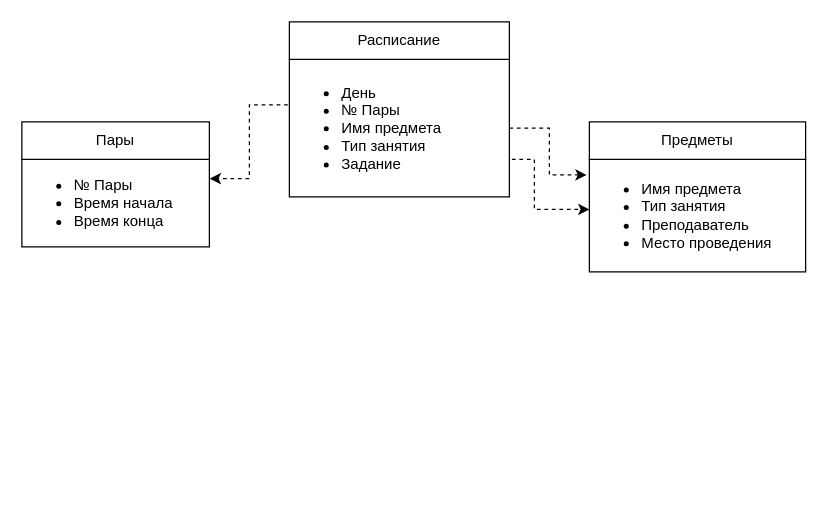
This is Database/Schema.dio from DanteMoren/Eye_of_STAROSTA, a draw.io file, before an edit. Source tidied: cells renumbered, new cells numbered last; positions are measured from the earlier drawing's top-left corner, leaving out a move shared by most shapes. Both pictures are drawn from the tidied source at 125%, with x=0, y=0 at pixel (21, 21).
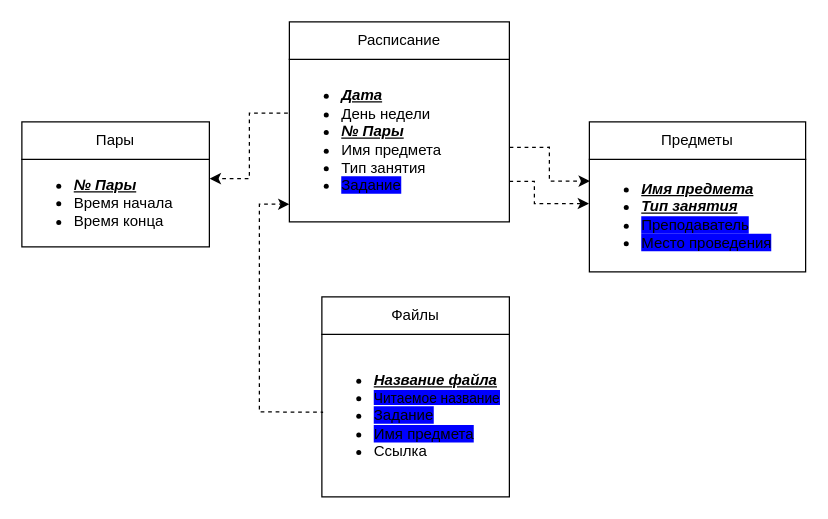
The same page after the edit.

What changed in the source:
```diff
@@
 <mxGraphModel>
   <root>
     <mxCell id="0" />
     <mxCell id="1" parent="0" />
-    <mxCell id="2" style="edgeStyle=orthogonalEdgeStyle;rounded=0;jettySize=auto;html=1;entryX=-0.013;entryY=0.138;entryDx=0;entryDy=0;entryPerimeter=0;exitX=1;exitY=0.5;exitDx=0;exitDy=0;dashed=1;" parent="1" edge="1" source="4" target="8">
-      <mxGeometry relative="1" as="geometry" />
+    <mxCell id="2" style="edgeStyle=orthogonalEdgeStyle;rounded=0;jettySize=auto;html=1;entryX=0.002;entryY=0.193;entryDx=0;entryDy=0;entryPerimeter=0;exitX=1.001;exitY=0.541;exitDx=0;exitDy=0;dashed=1;exitPerimeter=0;" parent="1" edge="1" source="4" target="8">
+      <mxGeometry relative="1" as="geometry">
+        <Array as="points">
+          <mxPoint x="422" y="100" />
+          <mxPoint x="422" y="127" />
+          <mxPoint x="454" y="127" />
+        </Array>
+      </mxGeometry>
     </mxCell>
     <mxCell id="3" style="edgeStyle=orthogonalEdgeStyle;rounded=0;jettySize=auto;html=1;entryX=1.002;entryY=0.22;entryDx=0;entryDy=0;entryPerimeter=0;dashed=1;exitX=-0.007;exitY=0.33;exitDx=0;exitDy=0;exitPerimeter=0;" parent="1" edge="1" source="4" target="6">
       <mxGeometry relative="1" as="geometry" />
     </mxCell>
-    <mxCell id="4" value="&lt;ul&gt;&lt;li&gt;&lt;span&gt;День&lt;/span&gt;&lt;/li&gt;&lt;li&gt;&lt;span&gt;№ Пары&lt;/span&gt;&lt;/li&gt;&lt;li&gt;&lt;span&gt;Имя предмета&lt;/span&gt;&lt;/li&gt;&lt;li&gt;&lt;span&gt;Тип занятия&lt;/span&gt;&lt;/li&gt;&lt;li&gt;&lt;span&gt;Задание&lt;/span&gt;&lt;/li&gt;&lt;/ul&gt;" style="rounded=0;whiteSpace=wrap;html=1;align=left;verticalAlign=middle;" parent="1" vertex="1">
-      <mxGeometry x="214" y="30" width="176" height="110" as="geometry" />
+    <mxCell id="4" value="&lt;ul&gt;&lt;li&gt;&lt;b&gt;&lt;i&gt;&lt;u&gt;Дата&lt;/u&gt;&lt;/i&gt;&lt;/b&gt;&lt;/li&gt;&lt;li&gt;День недели&lt;/li&gt;&lt;li&gt;&lt;span&gt;&lt;b&gt;&lt;i&gt;&lt;u&gt;№ Пары&lt;/u&gt;&lt;/i&gt;&lt;/b&gt;&lt;/span&gt;&lt;/li&gt;&lt;li&gt;&lt;span&gt;Имя предмета&lt;/span&gt;&lt;/li&gt;&lt;li&gt;&lt;span&gt;Тип занятия&lt;/span&gt;&lt;/li&gt;&lt;li&gt;&lt;span style=&quot;background-color: rgb(0 , 0 , 255)&quot;&gt;Задание&lt;/span&gt;&lt;/li&gt;&lt;/ul&gt;" style="rounded=0;whiteSpace=wrap;html=1;align=left;verticalAlign=middle;" parent="1" vertex="1">
+      <mxGeometry x="214" y="30" width="176" height="130" as="geometry" />
     </mxCell>
     <mxCell id="5" value="Расписание" style="rounded=0;whiteSpace=wrap;html=1;align=center;verticalAlign=middle;" parent="1" vertex="1">
       <mxGeometry x="214" width="176" height="30" as="geometry" />
     </mxCell>
-    <mxCell id="6" value="&lt;ul&gt;&lt;li&gt;№ Пары&lt;/li&gt;&lt;li&gt;Время начала&lt;/li&gt;&lt;li&gt;Время конца&lt;/li&gt;&lt;/ul&gt;" style="rounded=0;whiteSpace=wrap;html=1;align=left;verticalAlign=middle;" parent="1" vertex="1">
+    <mxCell id="6" value="&lt;ul&gt;&lt;li&gt;&lt;i&gt;&lt;b&gt;&lt;u&gt;№ Пары&lt;/u&gt;&lt;/b&gt;&lt;/i&gt;&lt;/li&gt;&lt;li&gt;Время начала&lt;/li&gt;&lt;li&gt;Время конца&lt;/li&gt;&lt;/ul&gt;" style="rounded=0;whiteSpace=wrap;html=1;align=left;verticalAlign=middle;" parent="1" vertex="1">
       <mxGeometry y="110" width="150" height="70" as="geometry" />
     </mxCell>
     <mxCell id="7" value="Пары" style="rounded=0;whiteSpace=wrap;html=1;align=center;verticalAlign=middle;" parent="1" vertex="1">
       <mxGeometry y="80" width="150" height="30" as="geometry" />
     </mxCell>
-    <mxCell id="8" value="&lt;ul&gt;&lt;li&gt;Имя предмета&lt;/li&gt;&lt;li&gt;Тип занятия&lt;/li&gt;&lt;li&gt;Преподаватель&lt;/li&gt;&lt;li&gt;Место проведения&lt;/li&gt;&lt;/ul&gt;" style="rounded=0;whiteSpace=wrap;html=1;align=left;verticalAlign=middle;" parent="1" vertex="1">
+    <mxCell id="8" value="&lt;ul&gt;&lt;li&gt;&lt;u&gt;&lt;i&gt;&lt;b&gt;Имя предмета&lt;/b&gt;&lt;/i&gt;&lt;/u&gt;&lt;/li&gt;&lt;li&gt;&lt;u&gt;&lt;i&gt;&lt;b&gt;Тип занятия&lt;/b&gt;&lt;/i&gt;&lt;/u&gt;&lt;/li&gt;&lt;li&gt;&lt;span style=&quot;background-color: rgb(0 , 0 , 255)&quot;&gt;Преподаватель&lt;/span&gt;&lt;/li&gt;&lt;li&gt;&lt;span style=&quot;background-color: rgb(0 , 0 , 255)&quot;&gt;Место проведения&lt;/span&gt;&lt;/li&gt;&lt;/ul&gt;" style="rounded=0;whiteSpace=wrap;html=1;align=left;verticalAlign=middle;" parent="1" vertex="1">
       <mxGeometry x="454" y="110" width="173" height="90" as="geometry" />
     </mxCell>
     <mxCell id="9" value="Предметы" style="rounded=0;whiteSpace=wrap;html=1;align=center;verticalAlign=middle;" parent="1" vertex="1">
       <mxGeometry x="454" y="80" width="173" height="30" as="geometry" />
     </mxCell>
-    <mxCell id="10" style="edgeStyle=orthogonalEdgeStyle;rounded=0;orthogonalLoop=1;jettySize=auto;html=1;dashed=1;" parent="1" edge="1">
+    <mxCell id="10" style="edgeStyle=orthogonalEdgeStyle;rounded=0;jettySize=auto;html=1;dashed=1;exitX=1;exitY=0.75;exitDx=0;exitDy=0;entryX=-0.002;entryY=0.393;entryDx=0;entryDy=0;entryPerimeter=0;" parent="1" edge="1" source="4" target="8">
       <mxGeometry relative="1" as="geometry">
-        <mxPoint x="392" y="110" as="sourcePoint" />
-        <mxPoint x="454" y="150" as="targetPoint" />
         <Array as="points">
-          <mxPoint x="410" y="110" />
-          <mxPoint x="410" y="150" />
-          <mxPoint x="454" y="150" />
+          <mxPoint x="410" y="128" />
+          <mxPoint x="410" y="145" />
+          <mxPoint x="454" y="145" />
         </Array>
       </mxGeometry>
     </mxCell>
+    <mxCell id="11" value="&lt;ul&gt;&lt;li&gt;&lt;u&gt;&lt;i&gt;&lt;b&gt;Название файла&lt;/b&gt;&lt;/i&gt;&lt;/u&gt;&lt;/li&gt;&lt;li&gt;&lt;font style=&quot;font-size: 11px ; background-color: rgb(0 , 0 , 255)&quot;&gt;Читаемое название&lt;/font&gt;&lt;/li&gt;&lt;li&gt;&lt;span style=&quot;background-color: rgb(0 , 0 , 255)&quot;&gt;Задание&lt;/span&gt;&lt;/li&gt;&lt;li&gt;&lt;span style=&quot;background-color: rgb(0 , 0 , 255)&quot;&gt;Имя предмета&lt;/span&gt;&lt;/li&gt;&lt;li&gt;Ссылка&lt;/li&gt;&lt;/ul&gt;" style="rounded=0;whiteSpace=wrap;html=1;align=left;verticalAlign=middle;" parent="1" vertex="1">
+      <mxGeometry x="240" y="250" width="150" height="130" as="geometry" />
+    </mxCell>
+    <mxCell id="12" value="Файлы" style="rounded=0;whiteSpace=wrap;html=1;align=center;verticalAlign=middle;" parent="1" vertex="1">
+      <mxGeometry x="240" y="220" width="150" height="30" as="geometry" />
+    </mxCell>
+    <mxCell id="13" style="edgeStyle=orthogonalEdgeStyle;rounded=0;jettySize=auto;html=1;dashed=1;entryX=0;entryY=0.891;entryDx=0;entryDy=0;entryPerimeter=0;exitX=0;exitY=0.479;exitDx=0;exitDy=0;exitPerimeter=0;" parent="1" edge="1" source="11" target="4">
+      <mxGeometry relative="1" as="geometry">
+        <Array as="points">
+          <mxPoint x="241" y="312" />
+          <mxPoint x="190" y="312" />
+          <mxPoint x="190" y="146" />
+        </Array>
+      </mxGeometry>
+    </mxCell>
   </root>
 </mxGraphModel>
```
